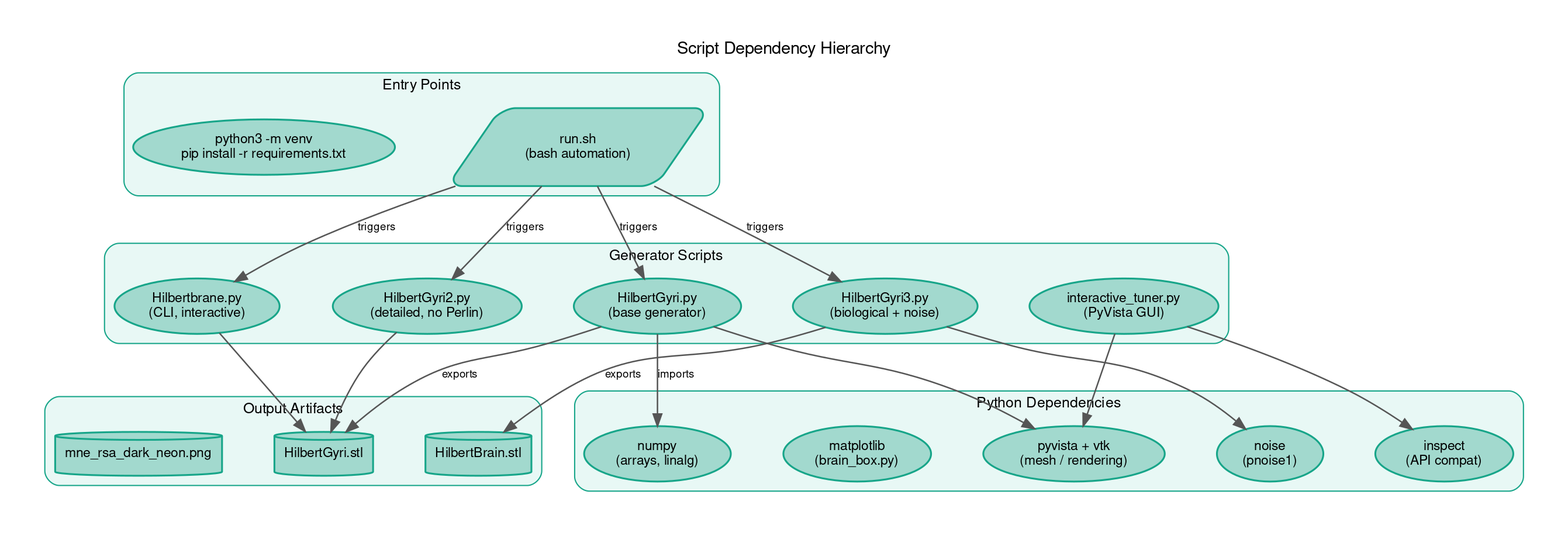
Earlier version of the Graphviz export docs/diagrams_25/11_script_hierarchy.png (danindiana/hilbertbrane). Its source is kept beside it as docs/diagrams_25/11_script_hierarchy.dot. Source of this version:
```dot
digraph G {
    graph [
        fontname="Helvetica,Arial,sans-serif"
        bgcolor="#ffffff"
        splines=spline
        nodesep=0.6
        ranksep=0.8
        pad=0.4
        labelloc="t"
        labeljust="c"
        fontsize=14
    ]
    node [fontname="Helvetica,Arial,sans-serif" fontsize=11 style="filled,rounded" penwidth=1.5]
    edge [fontname="Helvetica,Arial,sans-serif" fontsize=9 color="#555555" penwidth=1.2]
    graph [label="Script Dependency Hierarchy" rankdir="TB"]

    subgraph cluster_entry {
        label="Entry Points"
        style="filled,rounded" fillcolor="#E8F8F5" color="#17A589" fontsize=12
        fontname="Helvetica,Arial,sans-serif"

        e1 [label="run.sh\n(bash automation)" shape=parallelogram fillcolor="#A2D9CE" color="#17A589"]
        e2 [label="python3 -m venv\npip install -r requirements.txt" fillcolor="#A2D9CE" color="#17A589"]
    }

    subgraph cluster_gen {
        label="Generator Scripts"
        style="filled,rounded" fillcolor="#E8F8F5" color="#17A589" fontsize=12
        fontname="Helvetica,Arial,sans-serif"

        g1 [label="Hilbertbrane.py\n(CLI, interactive)" fillcolor="#A2D9CE" color="#17A589"]
        g2 [label="HilbertGyri.py\n(base generator)" fillcolor="#A2D9CE" color="#17A589"]
        g3 [label="HilbertGyri2.py\n(detailed, no Perlin)" fillcolor="#A2D9CE" color="#17A589"]
        g4 [label="HilbertGyri3.py\n(biological + noise)" fillcolor="#A2D9CE" color="#17A589"]
        g5 [label="interactive_tuner.py\n(PyVista GUI)" fillcolor="#A2D9CE" color="#17A589"]
    }

    subgraph cluster_deps {
        label="Python Dependencies"
        style="filled,rounded" fillcolor="#E8F8F5" color="#17A589" fontsize=12
        fontname="Helvetica,Arial,sans-serif"

        d1 [label="numpy\n(arrays, linalg)" shape=ellipse fillcolor="#A2D9CE" color="#17A589"]
        d2 [label="pyvista + vtk\n(mesh / rendering)" shape=ellipse fillcolor="#A2D9CE" color="#17A589"]
        d3 [label="noise\n(pnoise1)" shape=ellipse fillcolor="#A2D9CE" color="#17A589"]
        d4 [label="matplotlib\n(brain_box.py)" shape=ellipse fillcolor="#A2D9CE" color="#17A589"]
        d5 [label="inspect\n(API compat)" shape=ellipse fillcolor="#A2D9CE" color="#17A589"]
    }

    subgraph cluster_out {
        label="Output Artifacts"
        style="filled,rounded" fillcolor="#E8F8F5" color="#17A589" fontsize=12
        fontname="Helvetica,Arial,sans-serif"

        o1 [label="HilbertGyri.stl" shape=cylinder fillcolor="#A2D9CE" color="#17A589"]
        o2 [label="HilbertBrain.stl" shape=cylinder fillcolor="#A2D9CE" color="#17A589"]
        o3 [label="mne_rsa_dark_neon.png" shape=cylinder fillcolor="#A2D9CE" color="#17A589"]
    }

    e1 -> g1 [label="triggers"]
    e1 -> g2 [label="triggers"]
    e1 -> g3 [label="triggers"]
    e1 -> g4 [label="triggers"]
    g2 -> d1 [label="imports"]
    g2 -> d2
    g4 -> d3
    g5 -> d2
    g5 -> d5
    g2 -> o1 [label="exports"]
    g3 -> o1
    g4 -> o2 [label="exports"]
    g1 -> o1
}
```
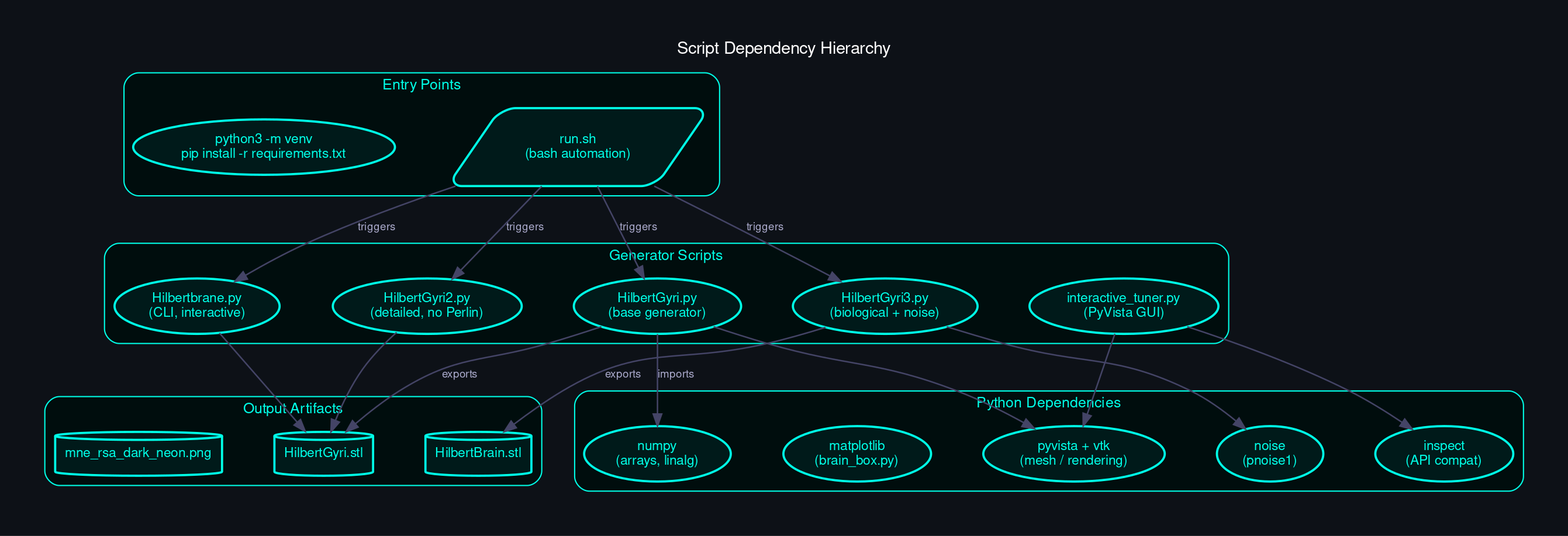
Above is the later version.

Diff of the diagram source:
```diff
@@ -1,7 +1,8 @@
 digraph G {
     graph [
         fontname="Helvetica,Arial,sans-serif"
-        bgcolor="#ffffff"
+        bgcolor="#0d1117"
+        fontcolor="white"
         splines=spline
         nodesep=0.6
         ranksep=0.8
@@ -10,51 +11,51 @@
         labeljust="c"
         fontsize=14
     ]
-    node [fontname="Helvetica,Arial,sans-serif" fontsize=11 style="filled,rounded" penwidth=1.5]
-    edge [fontname="Helvetica,Arial,sans-serif" fontsize=9 color="#555555" penwidth=1.2]
+    node [fontname="Helvetica,Arial,sans-serif" fontsize=11 style="filled,rounded" penwidth=1.8 fontcolor="white"]
+    edge [fontname="Helvetica,Arial,sans-serif" fontsize=9 color="#444466" penwidth=1.2 fontcolor="#aaaacc"]
     graph [label="Script Dependency Hierarchy" rankdir="TB"]
 
     subgraph cluster_entry {
         label="Entry Points"
-        style="filled,rounded" fillcolor="#E8F8F5" color="#17A589" fontsize=12
-        fontname="Helvetica,Arial,sans-serif"
+        style="filled,rounded" fillcolor="#000d0d" color="#00ffe7" fontsize=12
+        fontname="Helvetica,Arial,sans-serif" fontcolor="#00ffe7"
 
-        e1 [label="run.sh\n(bash automation)" shape=parallelogram fillcolor="#A2D9CE" color="#17A589"]
-        e2 [label="python3 -m venv\npip install -r requirements.txt" fillcolor="#A2D9CE" color="#17A589"]
+        e1 [label="run.sh\n(bash automation)" shape=parallelogram fillcolor="#001a1a" color="#00ffe7" fontcolor="#00ffe7"]
+        e2 [label="python3 -m venv\npip install -r requirements.txt" fillcolor="#001a1a" color="#00ffe7" fontcolor="#00ffe7"]
     }
 
     subgraph cluster_gen {
         label="Generator Scripts"
-        style="filled,rounded" fillcolor="#E8F8F5" color="#17A589" fontsize=12
-        fontname="Helvetica,Arial,sans-serif"
+        style="filled,rounded" fillcolor="#000d0d" color="#00ffe7" fontsize=12
+        fontname="Helvetica,Arial,sans-serif" fontcolor="#00ffe7"
 
-        g1 [label="Hilbertbrane.py\n(CLI, interactive)" fillcolor="#A2D9CE" color="#17A589"]
-        g2 [label="HilbertGyri.py\n(base generator)" fillcolor="#A2D9CE" color="#17A589"]
-        g3 [label="HilbertGyri2.py\n(detailed, no Perlin)" fillcolor="#A2D9CE" color="#17A589"]
-        g4 [label="HilbertGyri3.py\n(biological + noise)" fillcolor="#A2D9CE" color="#17A589"]
-        g5 [label="interactive_tuner.py\n(PyVista GUI)" fillcolor="#A2D9CE" color="#17A589"]
+        g1 [label="Hilbertbrane.py\n(CLI, interactive)" fillcolor="#001a1a" color="#00ffe7" fontcolor="#00ffe7"]
+        g2 [label="HilbertGyri.py\n(base generator)" fillcolor="#001a1a" color="#00ffe7" fontcolor="#00ffe7"]
+        g3 [label="HilbertGyri2.py\n(detailed, no Perlin)" fillcolor="#001a1a" color="#00ffe7" fontcolor="#00ffe7"]
+        g4 [label="HilbertGyri3.py\n(biological + noise)" fillcolor="#001a1a" color="#00ffe7" fontcolor="#00ffe7"]
+        g5 [label="interactive_tuner.py\n(PyVista GUI)" fillcolor="#001a1a" color="#00ffe7" fontcolor="#00ffe7"]
     }
 
     subgraph cluster_deps {
         label="Python Dependencies"
-        style="filled,rounded" fillcolor="#E8F8F5" color="#17A589" fontsize=12
-        fontname="Helvetica,Arial,sans-serif"
+        style="filled,rounded" fillcolor="#000d0d" color="#00ffe7" fontsize=12
+        fontname="Helvetica,Arial,sans-serif" fontcolor="#00ffe7"
 
-        d1 [label="numpy\n(arrays, linalg)" shape=ellipse fillcolor="#A2D9CE" color="#17A589"]
-        d2 [label="pyvista + vtk\n(mesh / rendering)" shape=ellipse fillcolor="#A2D9CE" color="#17A589"]
-        d3 [label="noise\n(pnoise1)" shape=ellipse fillcolor="#A2D9CE" color="#17A589"]
-        d4 [label="matplotlib\n(brain_box.py)" shape=ellipse fillcolor="#A2D9CE" color="#17A589"]
-        d5 [label="inspect\n(API compat)" shape=ellipse fillcolor="#A2D9CE" color="#17A589"]
+        d1 [label="numpy\n(arrays, linalg)" shape=ellipse fillcolor="#001a1a" color="#00ffe7" fontcolor="#00ffe7"]
+        d2 [label="pyvista + vtk\n(mesh / rendering)" shape=ellipse fillcolor="#001a1a" color="#00ffe7" fontcolor="#00ffe7"]
+        d3 [label="noise\n(pnoise1)" shape=ellipse fillcolor="#001a1a" color="#00ffe7" fontcolor="#00ffe7"]
+        d4 [label="matplotlib\n(brain_box.py)" shape=ellipse fillcolor="#001a1a" color="#00ffe7" fontcolor="#00ffe7"]
+        d5 [label="inspect\n(API compat)" shape=ellipse fillcolor="#001a1a" color="#00ffe7" fontcolor="#00ffe7"]
     }
 
     subgraph cluster_out {
         label="Output Artifacts"
-        style="filled,rounded" fillcolor="#E8F8F5" color="#17A589" fontsize=12
-        fontname="Helvetica,Arial,sans-serif"
+        style="filled,rounded" fillcolor="#000d0d" color="#00ffe7" fontsize=12
+        fontname="Helvetica,Arial,sans-serif" fontcolor="#00ffe7"
 
-        o1 [label="HilbertGyri.stl" shape=cylinder fillcolor="#A2D9CE" color="#17A589"]
-        o2 [label="HilbertBrain.stl" shape=cylinder fillcolor="#A2D9CE" color="#17A589"]
-        o3 [label="mne_rsa_dark_neon.png" shape=cylinder fillcolor="#A2D9CE" color="#17A589"]
+        o1 [label="HilbertGyri.stl" shape=cylinder fillcolor="#001a1a" color="#00ffe7" fontcolor="#00ffe7"]
+        o2 [label="HilbertBrain.stl" shape=cylinder fillcolor="#001a1a" color="#00ffe7" fontcolor="#00ffe7"]
+        o3 [label="mne_rsa_dark_neon.png" shape=cylinder fillcolor="#001a1a" color="#00ffe7" fontcolor="#00ffe7"]
     }
 
     e1 -> g1 [label="triggers"]
```
